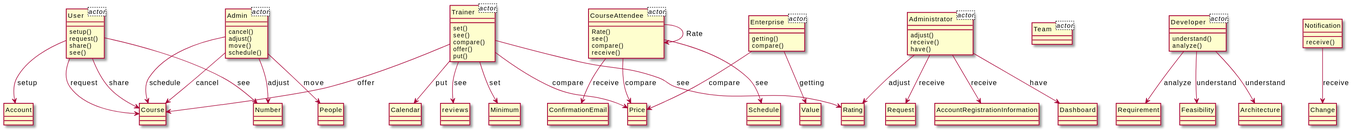
Before: output/diagram_5/2014-USC-Project11.svg, a diagram exported from PlantUML (xixixhalu/DomainModelExtractor). Source of this version:
```plantuml
@startuml
hide circle
class User<actor> {
}
class CourseAttendee<actor> {
}
class Trainer<actor> {
}
class Enterprise<actor> {
}
class Administrator<actor> {
}
class Admin<actor> {
}
class Team<actor> {
}
class Developer<actor> {
}
class CourseAttendee {
	Rate()
	see()
	compare()
	receive()
}
class Price {
}
class Trainer {
	set()
	see()
	compare()
	offer()
	put()
}
class reviews {
}
class Developer {
	understand()
	analyze()
}
class Requirement {
}
class User {
	setup()
	request()
	share()
	see()
}
class Course {
}
class Administrator {
	adjust()
	receive()
	have()
}
class Dashboard {
}
class Rating {
}
class Account {
}
class Admin {
	cancel()
	adjust()
	move()
	schedule()
}
class People {
}
class Schedule {
}
class Notification {
	receive()
}
class Change {
}
class Minimum {
}
class Feasibility {
}
class Calendar {
}
class Request {
}
class ConfirmationEmail {
}
class Number {
}
class AccountRegistrationInformation {
}
class Enterprise {
	getting()
	compare()
}
class Value {
}
class Architecture {
}
CourseAttendee --> Price : compare
Enterprise --> Value : getting
Trainer --> Course : offer
Administrator --> Dashboard : have
Developer --> Feasibility : understand
Developer --> Architecture : understand
Trainer --> reviews : see
Trainer --> Rating : see
Admin --> Course : cancel
User --> Course : share
Trainer --> Calendar : put
Developer --> Requirement : analyze
User --> Course : request
Trainer --> Price : compare
User --> Account : setup
Administrator --> Request : receive
CourseAttendee --> ConfirmationEmail : receive
Admin --> People : move
User --> Number : see
CourseAttendee --> Schedule : see
Administrator --> AccountRegistrationInformation : receive
Administrator --> Rating : adjust
Admin --> Course : schedule
Notification --> Change : receive
CourseAttendee --> CourseAttendee : Rate
Trainer --> Minimum : set
Enterprise --> Price : compare
Admin --> Number : adjust
@enduml
```
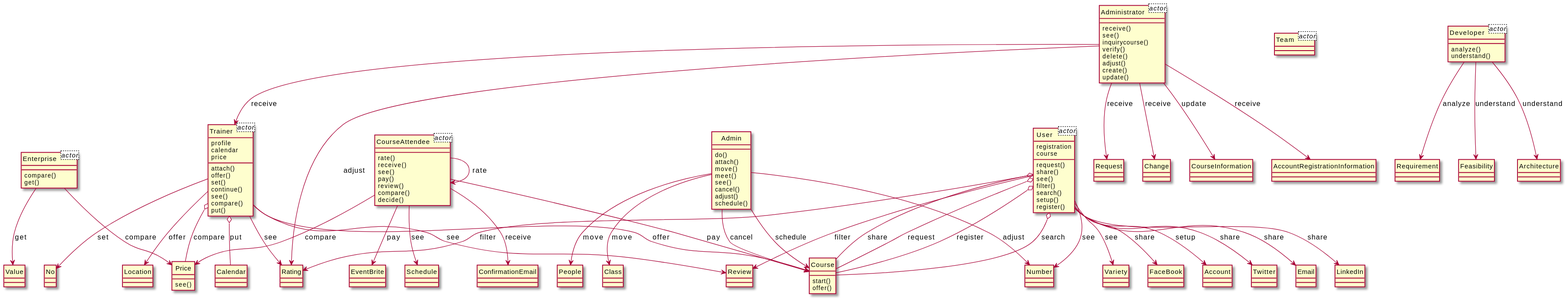
The same file after the commit.

Diff of the diagram source:
```diff
@@ -1,126 +1,176 @@
 @startuml
 hide circle
 class User<actor> {
+	registration
+	course
 }
 class CourseAttendee<actor> {
 }
 class Trainer<actor> {
+	profile
+	calendar
+	price
 }
 class Enterprise<actor> {
 }
 class Administrator<actor> {
 }
-class Admin<actor> {
-}
 class Team<actor> {
 }
 class Developer<actor> {
 }
-class CourseAttendee {
-	Rate()
+class Trainer {
+	attach()
+	offer()
+	set()
+	continue()
 	see()
 	compare()
-	receive()
-}
-class Price {
-}
-class Trainer {
-	set()
-	see()
-	compare()
-	offer()
 	put()
 }
-class reviews {
+class No {
+}
+class User {
+	request()
+	share()
+	see()
+	filter()
+	search()
+	setup()
+	register()
+}
+class Course {
+	start()
+	offer()
+}
+class CourseAttendee {
+	rate()
+	receive()
+	see()
+	pay()
+	review()
+	compare()
+	decide()
+}
+class Administrator {
+	receive()
+	see()
+	inquirycourse()
+	verify()
+	delete()
+	adjust()
+	create()
+	update()
+}
+class Request {
+}
+class Enterprise {
+	compare()
+	get()
+}
+class Admin {
+	do()
+	attach()
+	move()
+	meet()
+	see()
+	cancel()
+	adjust()
+	schedule()
 }
 class Developer {
+	analyze()
 	understand()
-	analyze()
 }
 class Requirement {
 }
-class User {
-	setup()
-	request()
-	share()
-	see()
-}
-class Course {
-}
-class Administrator {
-	adjust()
-	receive()
-	have()
-}
-class Dashboard {
+class Change {
 }
 class Rating {
 }
-class Account {
+class Feasibility {
 }
-class Admin {
-	cancel()
-	adjust()
-	move()
-	schedule()
+class Architecture {
+}
+class Price {
+	see()
+}
+class Class {
+}
+class Calendar {
+}
+class Twitter {
+}
+class Review {
+}
+class CourseInformation {
+}
+class EventBrite {
+}
+class Email {
+}
+class Schedule {
+}
+class LinkedIn {
+}
+class ConfirmationEmail {
+}
+class Variety {
 }
 class People {
 }
-class Schedule {
+class Location {
 }
-class Notification {
-	receive()
+class Value {
 }
-class Change {
-}
-class Minimum {
-}
-class Feasibility {
-}
-class Calendar {
-}
-class Request {
-}
-class ConfirmationEmail {
+class FaceBook {
 }
 class Number {
 }
 class AccountRegistrationInformation {
 }
-class Enterprise {
-	getting()
-	compare()
+class Account {
 }
-class Value {
-}
-class Architecture {
-}
+CourseAttendee --> Course : pay
+Enterprise --> Price : compare
+CourseAttendee --> ConfirmationEmail : receive
+Administrator --> AccountRegistrationInformation : receive
+Administrator --> Request : receive
+Admin --> Course : cancel
+Trainer --> Rating : see
+User --> Variety : see
+Admin --> Course : schedule
+Trainer o-- Calendar : put
+CourseAttendee --> CourseAttendee : rate
+User --> Account : setup
+User o-- Course : register
+User --> Rating : filter
+User --> Twitter : share
+Trainer o-- Price : compare
+Developer --> Requirement : analyze
+Admin --> People : move
+Trainer --> Review : see
 CourseAttendee --> Price : compare
-Enterprise --> Value : getting
+User o-- Course : search
+Administrator --> Change : receive
+User --> Review : filter
+Administrator --> CourseInformation : update
+Administrator --> Rating : adjust
+Trainer --> Location : offer
+CourseAttendee --> EventBrite : pay
+Enterprise --> Value : get
+Developer --> Feasibility : understand
+Admin --> Number : adjust
+User --> Email : share
+Trainer --> No : set
+Administrator --> Trainer : receive
+User --> FaceBook : share
+CourseAttendee --> Schedule : see
+Developer --> Architecture : understand
+User o-- Course : share
+User --> Number : see
+User o-- Course : request
 Trainer --> Course : offer
-Administrator --> Dashboard : have
-Developer --> Feasibility : understand
-Developer --> Architecture : understand
-Trainer --> reviews : see
-Trainer --> Rating : see
-Admin --> Course : cancel
-User --> Course : share
-Trainer --> Calendar : put
-Developer --> Requirement : analyze
-User --> Course : request
-Trainer --> Price : compare
-User --> Account : setup
-Administrator --> Request : receive
-CourseAttendee --> ConfirmationEmail : receive
-Admin --> People : move
-User --> Number : see
-CourseAttendee --> Schedule : see
-Administrator --> AccountRegistrationInformation : receive
-Administrator --> Rating : adjust
-Admin --> Course : schedule
-Notification --> Change : receive
-CourseAttendee --> CourseAttendee : Rate
-Trainer --> Minimum : set
-Enterprise --> Price : compare
-Admin --> Number : adjust
+User --> LinkedIn : share
+Admin --> Class : move
 @enduml
```
